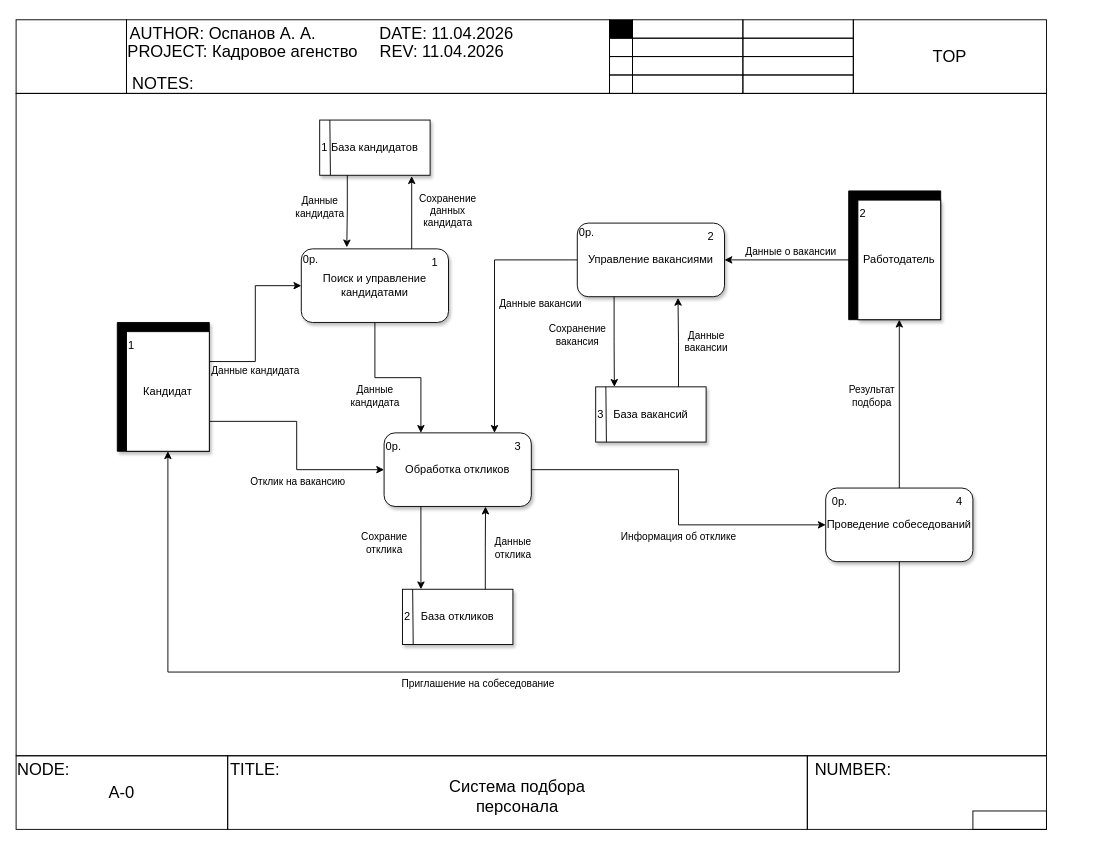
Regdal-cyber/Coursework keeps this draw.io diagram as page "DFD Level 1" (2 of 2) of DFD.drawio. Above is the earlier version. Source tidied: cells renumbered, new cells numbered last; positions are measured from the earlier drawing's top-left corner, leaving out a move shared by most shapes. Both pictures are drawn from the tidied source at 92%, with x=0, y=0 at pixel (16, 19).
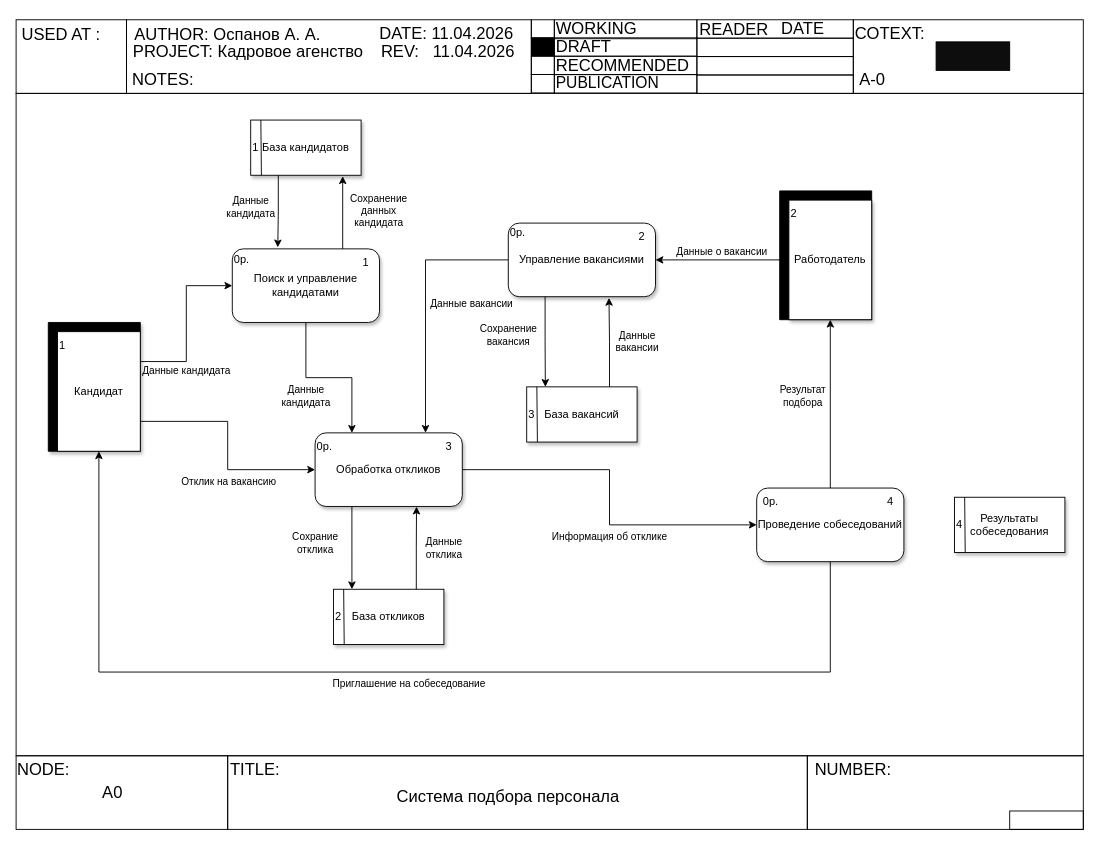
The same diagram, later.

Diff of the diagram source:
```diff
@@
+    <mxCell id="43" style="rounded=0;whiteSpace=wrap;html=1;fillColor=none;" parent="1" vertex="1">
+      <mxGeometry y="80" width="1160" height="720" as="geometry" />
+    </mxCell>
     <mxCell id="2" style="verticalLabelPosition=bottom;verticalAlign=top;html=1;shape=mxgraph.basic.rect;fillColor2=none;strokeWidth=1;size=20;indent=5;fillColor=#000000;" parent="1" vertex="1">
-      <mxGeometry x="905" y="186" width="100" height="140" as="geometry" />
+      <mxGeometry x="830" y="186" width="100" height="140" as="geometry" />
     </mxCell>
@@
     <mxCell id="4" value="Поиск и управление кандидатами" style="rounded=1;whiteSpace=wrap;html=1;textShadow=0;shadow=1;" parent="1" vertex="1">
-      <mxGeometry x="310" y="249" width="160" height="80" as="geometry" />
+      <mxGeometry x="235" y="249" width="160" height="80" as="geometry" />
     </mxCell>
     <mxCell id="5" value="Приглашение на собеседование" style="edgeStyle=orthogonalEdgeStyle;rounded=0;jettySize=auto;html=1;exitX=0.5;exitY=1;exitDx=0;exitDy=0;labelBackgroundColor=none;verticalAlign=top;entryX=0.5;entryY=1;entryDx=0;entryDy=0;" parent="1" edge="1" source="7" target="16">
       <mxGeometry relative="1" as="geometry">
         <Array as="points">
-          <mxPoint x="960" y="709" />
-          <mxPoint x="165" y="709" />
+          <mxPoint x="885" y="709" />
+          <mxPoint x="90" y="709" />
         </Array>
       </mxGeometry>
     </mxCell>
@@
     <mxCell id="7" value="Проведение собеседований" style="rounded=1;whiteSpace=wrap;html=1;textShadow=0;shadow=1;" parent="1" vertex="1">
-      <mxGeometry x="880" y="509" width="160" height="80" as="geometry" />
+      <mxGeometry x="805" y="509" width="160" height="80" as="geometry" />
     </mxCell>
@@
     <mxCell id="9" value="Обработка откликов" style="rounded=1;whiteSpace=wrap;html=1;textShadow=0;shadow=1;" parent="1" vertex="1">
-      <mxGeometry x="400" y="449" width="160" height="80" as="geometry" />
+      <mxGeometry x="325" y="449" width="160" height="80" as="geometry" />
     </mxCell>
@@
     <mxCell id="11" value="Управление вакансиями" style="rounded=1;whiteSpace=wrap;html=1;textShadow=0;shadow=1;" parent="1" vertex="1">
-      <mxGeometry x="610" y="221" width="160" height="80" as="geometry" />
+      <mxGeometry x="535" y="221" width="160" height="80" as="geometry" />
     </mxCell>
     <mxCell id="12" value="База вакансий" style="rounded=0;whiteSpace=wrap;html=1;strokeColor=default;shadow=1;" parent="1" vertex="1">
-      <mxGeometry x="630" y="399" width="120" height="60" as="geometry" />
+      <mxGeometry x="555" y="399" width="120" height="60" as="geometry" />
     </mxCell>
     <mxCell id="13" style="verticalLabelPosition=bottom;verticalAlign=top;html=1;shape=mxgraph.basic.rect;fillColor2=none;strokeWidth=1;size=20;indent=5;fillColor=#000000;shadow=1;" parent="1" vertex="1">
-      <mxGeometry x="110" y="329" width="100" height="140" as="geometry" />
+      <mxGeometry x="35" y="329" width="100" height="140" as="geometry" />
     </mxCell>
@@
     <mxCell id="16" value="Кандидат" style="rounded=0;whiteSpace=wrap;html=1;" parent="1" vertex="1">
-      <mxGeometry x="120" y="339" width="90" height="130" as="geometry" />
+      <mxGeometry x="45" y="339" width="90" height="130" as="geometry" />
     </mxCell>
@@
     <mxCell id="18" value="Работодатель" style="rounded=0;whiteSpace=wrap;html=1;shadow=1;" parent="1" vertex="1">
-      <mxGeometry x="915" y="196" width="90" height="130" as="geometry" />
+      <mxGeometry x="840" y="196" width="90" height="130" as="geometry" />
     </mxCell>
     <mxCell id="19" value="1" style="text;html=1;align=center;verticalAlign=middle;strokeColor=none;fillColor=none;" parent="1" vertex="1">
-      <mxGeometry x="440" y="249" width="30" height="30" as="geometry" />
+      <mxGeometry x="365" y="249" width="30" height="30" as="geometry" />
     </mxCell>
     <mxCell id="20" value="2" style="text;html=1;align=center;verticalAlign=middle;strokeColor=none;fillColor=none;" parent="1" vertex="1">
-      <mxGeometry x="740" y="221" width="30" height="30" as="geometry" />
+      <mxGeometry x="665" y="221" width="30" height="30" as="geometry" />
     </mxCell>
     <mxCell id="21" value="3" style="text;html=1;align=center;verticalAlign=middle;strokeColor=none;fillColor=none;" parent="1" vertex="1">
-      <mxGeometry x="530" y="449" width="30" height="30" as="geometry" />
+      <mxGeometry x="455" y="449" width="30" height="30" as="geometry" />
     </mxCell>
     <mxCell id="22" value="4" style="text;html=1;align=center;verticalAlign=middle;strokeColor=none;fillColor=none;" parent="1" vertex="1">
-      <mxGeometry x="1010" y="509" width="30" height="30" as="geometry" />
+      <mxGeometry x="935" y="509" width="30" height="30" as="geometry" />
     </mxCell>
@@
     <mxCell id="24" value="База откликов" style="rounded=0;whiteSpace=wrap;html=1;strokeColor=default;shadow=1;" parent="1" vertex="1">
-      <mxGeometry x="420" y="619" width="120" height="60" as="geometry" />
+      <mxGeometry x="345" y="619" width="120" height="60" as="geometry" />
     </mxCell>
@@
     <mxCell id="26" value="База кандидатов" style="rounded=0;whiteSpace=wrap;html=1;strokeColor=default;shadow=1;" parent="1" vertex="1">
-      <mxGeometry x="330" y="109" width="120" height="60" as="geometry" />
+      <mxGeometry x="255" y="109" width="120" height="60" as="geometry" />
     </mxCell>
@@
     <mxCell id="28" value="Сохранение&lt;br&gt;данных&lt;br&gt;кандидата" style="edgeStyle=orthogonalEdgeStyle;rounded=0;jettySize=auto;html=1;exitX=0.75;exitY=0;exitDx=0;exitDy=0;labelBackgroundColor=none;" parent="1" edge="1" source="4">
       <mxGeometry x="0.02" y="-40" relative="1" as="geometry">
-        <mxPoint x="430" y="170" as="targetPoint" />
+        <mxPoint x="355" y="170" as="targetPoint" />
         <mxPoint x="-1" as="offset" />
       </mxGeometry>
     </mxCell>
@@
     <mxCell id="34" value="1" style="text;html=1;align=center;verticalAlign=middle;strokeColor=none;fillColor=none;" parent="1" vertex="1">
-      <mxGeometry x="110" y="339" width="30" height="30" as="geometry" />
+      <mxGeometry x="35" y="339" width="30" height="30" as="geometry" />
     </mxCell>
     <mxCell id="35" value="2" style="text;html=1;align=center;verticalAlign=middle;strokeColor=none;fillColor=none;" parent="1" vertex="1">
-      <mxGeometry x="905" y="196" width="30" height="30" as="geometry" />
+      <mxGeometry x="830" y="196" width="30" height="30" as="geometry" />
     </mxCell>
     <mxCell id="36" value="1" style="text;html=1;align=center;verticalAlign=middle;strokeColor=none;fillColor=none;" parent="1" vertex="1">
-      <mxGeometry x="320" y="124" width="30" height="30" as="geometry" />
+      <mxGeometry x="245" y="124" width="30" height="30" as="geometry" />
     </mxCell>
     <mxCell id="37" value="2" style="text;html=1;align=center;verticalAlign=middle;strokeColor=none;fillColor=none;" parent="1" vertex="1">
-      <mxGeometry x="410" y="634" width="30" height="30" as="geometry" />
+      <mxGeometry x="335" y="634" width="30" height="30" as="geometry" />
     </mxCell>
     <mxCell id="38" value="3" style="text;html=1;align=center;verticalAlign=middle;strokeColor=none;fillColor=none;" parent="1" vertex="1">
-      <mxGeometry x="620" y="414" width="30" height="30" as="geometry" />
+      <mxGeometry x="545" y="414" width="30" height="30" as="geometry" />
     </mxCell>
     <mxCell id="39" value="0p." style="text;html=1;align=center;verticalAlign=middle;strokeColor=none;fillColor=none;" parent="1" vertex="1">
-      <mxGeometry x="300" y="246" width="40" height="30" as="geometry" />
+      <mxGeometry x="225" y="246" width="40" height="30" as="geometry" />
     </mxCell>
     <mxCell id="40" value="0p." style="text;html=1;align=center;verticalAlign=middle;strokeColor=none;fillColor=none;" parent="1" vertex="1">
-      <mxGeometry x="390" y="449" width="40" height="30" as="geometry" />
+      <mxGeometry x="315" y="449" width="40" height="30" as="geometry" />
     </mxCell>
     <mxCell id="41" value="0p." style="text;html=1;align=center;verticalAlign=middle;strokeColor=none;fillColor=none;" parent="1" vertex="1">
-      <mxGeometry x="600" y="216" width="40" height="30" as="geometry" />
+      <mxGeometry x="525" y="216" width="40" height="30" as="geometry" />
     </mxCell>
     <mxCell id="42" value="0p." style="text;html=1;align=center;verticalAlign=middle;strokeColor=none;fillColor=none;" parent="1" vertex="1">
-      <mxGeometry x="875" y="509" width="40" height="30" as="geometry" />
+      <mxGeometry x="800" y="509" width="40" height="30" as="geometry" />
     </mxCell>
-    <mxCell id="43" style="rounded=0;whiteSpace=wrap;html=1;fillColor=none;" parent="1" vertex="1">
-      <mxGeometry y="80" width="1120" height="720" as="geometry" />
-    </mxCell>
@@
-    <mxCell id="46" value="A-0" style="text;html=1;align=center;verticalAlign=middle;whiteSpace=wrap;rounded=0;fontSize=18;" parent="1" vertex="1">
-      <mxGeometry x="85" y="825" width="60" height="30" as="geometry" />
-    </mxCell>
@@
     <mxCell id="48" style="rounded=0;whiteSpace=wrap;html=1;fillColor=none;" parent="1" vertex="1">
-      <mxGeometry x="860" y="800" width="260" height="80" as="geometry" />
+      <mxGeometry x="860" y="800" width="300" height="80" as="geometry" />
     </mxCell>
@@
     <mxCell id="50" value="Система подбора персонала" style="text;html=1;align=center;verticalAlign=middle;whiteSpace=wrap;rounded=0;fontSize=18;" parent="1" vertex="1">
-      <mxGeometry x="440" y="830" width="210" height="30" as="geometry" />
+      <mxGeometry x="405" y="830" width="260" height="30" as="geometry" />
     </mxCell>
@@
     <mxCell id="52" style="rounded=0;whiteSpace=wrap;html=1;fillColor=none;" parent="1" vertex="1">
-      <mxGeometry x="1040" y="860" width="80" height="20" as="geometry" />
+      <mxGeometry x="1080" y="860" width="80" height="20" as="geometry" />
     </mxCell>
     <mxCell id="53" style="rounded=0;whiteSpace=wrap;html=1;fillColor=none;" parent="1" vertex="1">
-      <mxGeometry x="910" width="210" height="80" as="geometry" />
+      <mxGeometry x="910" width="250" height="80" as="geometry" />
     </mxCell>
     <mxCell id="54" style="rounded=0;whiteSpace=wrap;html=1;fillColor=none;" parent="1" vertex="1">
-      <mxGeometry x="790" y="60" width="120" height="20" as="geometry" />
+      <mxGeometry x="740" y="60" width="170" height="20" as="geometry" />
     </mxCell>
     <mxCell id="55" style="rounded=0;whiteSpace=wrap;html=1;fillColor=none;" parent="1" vertex="1">
-      <mxGeometry x="670" y="60" width="120" height="20" as="geometry" />
+      <mxGeometry x="585" y="59.6" width="155" height="20" as="geometry" />
     </mxCell>
     <mxCell id="56" style="rounded=0;whiteSpace=wrap;html=1;fillColor=none;" parent="1" vertex="1">
-      <mxGeometry x="790" y="40" width="120" height="20" as="geometry" />
+      <mxGeometry x="740" y="40" width="170" height="20" as="geometry" />
     </mxCell>
     <mxCell id="57" style="rounded=0;whiteSpace=wrap;html=1;fillColor=none;" parent="1" vertex="1">
-      <mxGeometry x="670" y="40" width="120" height="20" as="geometry" />
+      <mxGeometry x="585" y="39.6" width="155" height="20" as="geometry" />
     </mxCell>
     <mxCell id="58" style="rounded=0;whiteSpace=wrap;html=1;fillColor=none;" parent="1" vertex="1">
-      <mxGeometry x="790" y="20" width="120" height="20" as="geometry" />
+      <mxGeometry x="740" y="20" width="170" height="20" as="geometry" />
     </mxCell>
     <mxCell id="59" style="rounded=0;whiteSpace=wrap;html=1;fillColor=none;" parent="1" vertex="1">
-      <mxGeometry x="670" y="20" width="120" height="20" as="geometry" />
+      <mxGeometry x="585" y="19.6" width="155" height="20" as="geometry" />
     </mxCell>
     <mxCell id="60" style="rounded=0;whiteSpace=wrap;html=1;fillColor=none;" parent="1" vertex="1">
-      <mxGeometry x="790" width="120" height="20" as="geometry" />
+      <mxGeometry x="740" width="170" height="20" as="geometry" />
     </mxCell>
     <mxCell id="61" style="rounded=0;whiteSpace=wrap;html=1;fillColor=none;" parent="1" vertex="1">
-      <mxGeometry x="670" width="120" height="20" as="geometry" />
+      <mxGeometry x="585" width="155" height="20.6" as="geometry" />
     </mxCell>
     <mxCell id="62" style="rounded=0;whiteSpace=wrap;html=1;fillColor=#000000;" parent="1" vertex="1">
-      <mxGeometry x="645" width="25" height="20" as="geometry" />
+      <mxGeometry x="560" y="19.5" width="25" height="20" as="geometry" />
     </mxCell>
     <mxCell id="63" style="rounded=0;whiteSpace=wrap;html=1;fillColor=none;" parent="1" vertex="1">
-      <mxGeometry x="645" y="20" width="25" height="20" as="geometry" />
+      <mxGeometry x="560" width="25" height="20" as="geometry" />
     </mxCell>
     <mxCell id="64" style="rounded=0;whiteSpace=wrap;html=1;fillColor=none;" parent="1" vertex="1">
-      <mxGeometry x="645" y="40" width="25" height="20" as="geometry" />
+      <mxGeometry x="560" y="39.5" width="25" height="20" as="geometry" />
     </mxCell>
     <mxCell id="65" style="rounded=0;whiteSpace=wrap;html=1;fillColor=none;" parent="1" vertex="1">
-      <mxGeometry x="645" y="60" width="25" height="20" as="geometry" />
+      <mxGeometry x="560" y="59.5" width="25" height="20" as="geometry" />
     </mxCell>
     <mxCell id="66" style="rounded=0;whiteSpace=wrap;html=1;fillColor=none;" parent="1" vertex="1">
-      <mxGeometry x="120" width="525" height="80" as="geometry" />
+      <mxGeometry x="120" width="440" height="80" as="geometry" />
     </mxCell>
@@
     <mxCell id="68" value="AUTHOR: Оспанов А. А." style="text;html=1;align=center;verticalAlign=middle;whiteSpace=wrap;rounded=0;fontSize=18;" parent="1" vertex="1">
-      <mxGeometry x="120" width="210" height="30" as="geometry" />
+      <mxGeometry x="125" y="0.7" width="210" height="30" as="geometry" />
     </mxCell>
     <mxCell id="69" value="&amp;nbsp;PROJECT: Кадровое агенство" style="text;html=1;align=center;verticalAlign=middle;whiteSpace=wrap;rounded=0;fontSize=18;" parent="1" vertex="1">
-      <mxGeometry x="114" y="20" width="260" height="30" as="geometry" />
+      <mxGeometry x="120" y="19.6" width="260" height="30" as="geometry" />
     </mxCell>
     <mxCell id="70" value="NOTES:" style="text;html=1;align=center;verticalAlign=middle;whiteSpace=wrap;rounded=0;fontSize=18;" parent="1" vertex="1">
-      <mxGeometry x="110" y="55" width="100" height="30" as="geometry" />
+      <mxGeometry x="110" y="50" width="100" height="30" as="geometry" />
     </mxCell>
@@
-    <mxCell id="72" value="REV: 11.04.2026" style="text;html=1;align=center;verticalAlign=middle;whiteSpace=wrap;rounded=0;fontSize=18;" parent="1" vertex="1">
-      <mxGeometry x="393" y="20" width="140" height="30" as="geometry" />
+    <mxCell id="72" value="REV:&amp;nbsp; &amp;nbsp;11.04.2026" style="text;html=1;align=left;verticalAlign=middle;whiteSpace=wrap;rounded=0;fontSize=18;" parent="1" vertex="1">
+      <mxGeometry x="395" y="20" width="157" height="30" as="geometry" />
     </mxCell>
-    <mxCell id="73" value="TOP" style="text;html=1;align=center;verticalAlign=middle;whiteSpace=wrap;rounded=0;fontSize=18;" parent="1" vertex="1">
-      <mxGeometry x="965" y="25" width="100" height="30" as="geometry" />
+    <mxCell id="73" value="COTEXT:" style="text;html=1;align=center;verticalAlign=middle;whiteSpace=wrap;rounded=0;fontSize=18;" parent="1" vertex="1">
+      <mxGeometry x="900" width="100" height="30" as="geometry" />
     </mxCell>
+    <mxCell id="74" value="Результаты собеседования" style="rounded=0;whiteSpace=wrap;html=1;strokeColor=default;shadow=1;" parent="1" vertex="1">
+      <mxGeometry x="1020" y="519" width="120" height="60" as="geometry" />
+    </mxCell>
+    <mxCell id="75" style="endArrow=none;html=1;rounded=0;entryX=0.092;entryY=0;entryDx=0;entryDy=0;entryPerimeter=0;exitX=0.097;exitY=1;exitDx=0;exitDy=0;exitPerimeter=0;" parent="1" edge="1" source="74" target="74">
+      <mxGeometry relative="1" as="geometry" />
+    </mxCell>
+    <mxCell id="76" value="4" style="text;html=1;align=center;verticalAlign=middle;strokeColor=none;fillColor=none;" parent="1" vertex="1">
+      <mxGeometry x="1010" y="534" width="30" height="30" as="geometry" />
+    </mxCell>
+    <mxCell id="77" style="rounded=0;whiteSpace=wrap;html=1;fillColor=#0D0D0D;" parent="1" vertex="1">
+      <mxGeometry x="1000" y="24" width="80" height="31" as="geometry" />
+    </mxCell>
+    <mxCell id="78" value="&lt;font style=&quot;font-size: 18px;&quot;&gt;DRAFT&lt;/font&gt;" style="text;html=1;whiteSpace=wrap;strokeColor=none;fillColor=none;align=left;verticalAlign=middle;rounded=0;" parent="1" vertex="1">
+      <mxGeometry x="585" y="14.8" width="118.6" height="29.6" as="geometry" />
+    </mxCell>
+    <mxCell id="79" value="&lt;font style=&quot;font-size: 18px;&quot;&gt;WORKING&lt;/font&gt;" style="text;html=1;whiteSpace=wrap;strokeColor=none;fillColor=none;align=left;verticalAlign=middle;rounded=0;" parent="1" vertex="1">
+      <mxGeometry x="585" y="-4.4" width="118.6" height="29.6" as="geometry" />
+    </mxCell>
+    <mxCell id="80" value="&lt;font&gt;RECOMMENDED&lt;/font&gt;" style="text;html=1;whiteSpace=wrap;strokeColor=none;fillColor=none;align=left;verticalAlign=middle;rounded=0;fontSize=18;" parent="1" vertex="1">
+      <mxGeometry x="585" y="34.7" width="118.6" height="29.6" as="geometry" />
+    </mxCell>
+    <mxCell id="81" value="&lt;font&gt;PUBLICATION&lt;/font&gt;" style="text;html=1;whiteSpace=wrap;strokeColor=none;fillColor=none;align=left;verticalAlign=middle;rounded=0;fontSize=17;" parent="1" vertex="1">
+      <mxGeometry x="585" y="54.8" width="118.6" height="29.6" as="geometry" />
+    </mxCell>
+    <mxCell id="82" value="&lt;font style=&quot;font-size: 18px;&quot;&gt;READER&lt;/font&gt;" style="text;html=1;whiteSpace=wrap;strokeColor=none;fillColor=none;align=left;verticalAlign=middle;rounded=0;" parent="1" vertex="1">
+      <mxGeometry x="741.4" y="-4" width="118.6" height="29.6" as="geometry" />
+    </mxCell>
+    <mxCell id="83" value="&lt;font style=&quot;font-size: 18px;&quot;&gt;DATE&lt;/font&gt;" style="text;html=1;whiteSpace=wrap;strokeColor=none;fillColor=none;align=left;verticalAlign=middle;rounded=0;" parent="1" vertex="1">
+      <mxGeometry x="829.5" y="-4.8" width="70.5" height="29.6" as="geometry" />
+    </mxCell>
+    <mxCell id="46" value="&lt;span style=&quot;font-size: 18px;&quot;&gt;A-0&lt;/span&gt;" style="text;html=1;whiteSpace=wrap;strokeColor=none;fillColor=none;align=left;verticalAlign=middle;rounded=0;" parent="1" vertex="1">
+      <mxGeometry x="914.8" y="50" width="70.5" height="29.6" as="geometry" />
+    </mxCell>
+    <mxCell id="84" value="&lt;font style=&quot;font-size: 18px;&quot;&gt;USED AT :&lt;/font&gt;" style="text;html=1;whiteSpace=wrap;strokeColor=none;fillColor=none;align=center;verticalAlign=middle;rounded=0;" parent="1" vertex="1">
+      <mxGeometry y="-3.3" width="97.7" height="38" as="geometry" />
+    </mxCell>
+    <mxCell id="85" value="A0" style="text;html=1;align=center;verticalAlign=middle;whiteSpace=wrap;rounded=0;fontSize=18;" parent="1" vertex="1">
+      <mxGeometry x="75" y="825" width="60" height="30" as="geometry" />
+    </mxCell>
```
